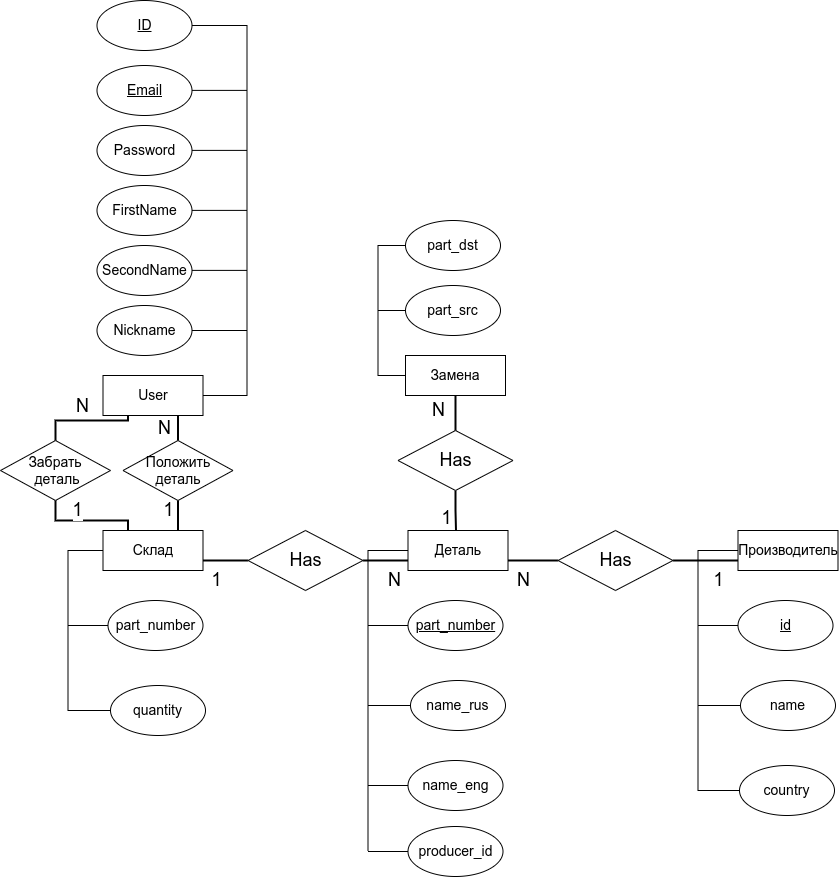
The draw.io diagram doc/report/inc/img/er-diagram.png in maxerMU/db-course, before a commit. Source tidied: cells renumbered, new cells last; positions are measured from the earlier drawing's top-left corner, leaving out a move shared by most shapes.
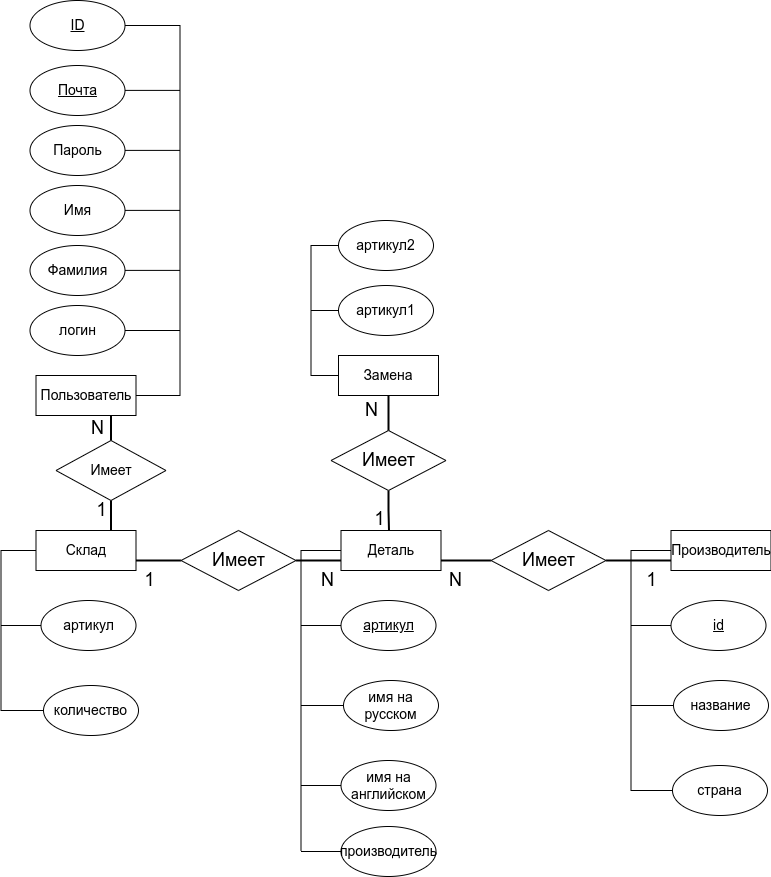
The same diagram one commit later.

What changed in the source:
```diff
@@ -5,16 +5,16 @@
     <mxCell id="2" value="&lt;font style=&quot;font-size: 14px&quot;&gt;Деталь&lt;/font&gt;" style="rounded=0;whiteSpace=wrap;html=1;" parent="1" vertex="1">
       <mxGeometry x="407.5" y="530" width="100" height="40" as="geometry" />
     </mxCell>
-    <mxCell id="3" value="&lt;u&gt;&lt;font style=&quot;font-size: 14px&quot;&gt;part_number&lt;/font&gt;&lt;/u&gt;" style="ellipse;whiteSpace=wrap;html=1;" parent="1" vertex="1">
+    <mxCell id="3" value="&lt;u&gt;&lt;font style=&quot;font-size: 14px&quot;&gt;артикул&lt;/font&gt;&lt;/u&gt;" style="ellipse;whiteSpace=wrap;html=1;" parent="1" vertex="1">
       <mxGeometry x="407.5" y="600" width="95" height="50" as="geometry" />
     </mxCell>
-    <mxCell id="4" value="&lt;font style=&quot;font-size: 14px&quot;&gt;name_rus&lt;/font&gt;" style="ellipse;whiteSpace=wrap;html=1;" parent="1" vertex="1">
+    <mxCell id="4" value="&lt;font style=&quot;font-size: 14px&quot;&gt;имя на русском&lt;/font&gt;" style="ellipse;whiteSpace=wrap;html=1;" parent="1" vertex="1">
       <mxGeometry x="410" y="680" width="95" height="50" as="geometry" />
     </mxCell>
-    <mxCell id="5" value="&lt;font style=&quot;font-size: 14px&quot;&gt;name_eng&lt;/font&gt;" style="ellipse;whiteSpace=wrap;html=1;" parent="1" vertex="1">
+    <mxCell id="5" value="&lt;font style=&quot;font-size: 14px&quot;&gt;имя на английском&lt;/font&gt;" style="ellipse;whiteSpace=wrap;html=1;" parent="1" vertex="1">
       <mxGeometry x="407.5" y="760" width="95" height="50" as="geometry" />
     </mxCell>
-    <mxCell id="6" value="&lt;font style=&quot;font-size: 14px&quot;&gt;producer_id&lt;/font&gt;" style="ellipse;whiteSpace=wrap;html=1;" parent="1" vertex="1">
+    <mxCell id="6" value="&lt;font style=&quot;font-size: 14px&quot;&gt;производитель&lt;/font&gt;" style="ellipse;whiteSpace=wrap;html=1;" parent="1" vertex="1">
       <mxGeometry x="407.5" y="826" width="95" height="50" as="geometry" />
     </mxCell>
     <mxCell id="7" style="endArrow=none;html=1;rounded=0;fontSize=14;entryX=0;entryY=0.5;entryDx=0;entryDy=0;" parent="1" edge="1" target="2">
@@ -54,10 +54,10 @@
     <mxCell id="14" value="&lt;span style=&quot;font-size: 14px&quot;&gt;&lt;u&gt;id&lt;/u&gt;&lt;/span&gt;" style="ellipse;whiteSpace=wrap;html=1;" parent="1" vertex="1">
       <mxGeometry x="737.5" y="600" width="95" height="50" as="geometry" />
     </mxCell>
-    <mxCell id="15" value="&lt;font style=&quot;font-size: 14px&quot;&gt;name&lt;/font&gt;" style="ellipse;whiteSpace=wrap;html=1;" parent="1" vertex="1">
+    <mxCell id="15" value="&lt;font style=&quot;font-size: 14px&quot;&gt;название&lt;/font&gt;" style="ellipse;whiteSpace=wrap;html=1;" parent="1" vertex="1">
       <mxGeometry x="740" y="680" width="95" height="50" as="geometry" />
     </mxCell>
-    <mxCell id="16" value="&lt;font style=&quot;font-size: 14px&quot;&gt;country&lt;/font&gt;" style="ellipse;whiteSpace=wrap;html=1;" parent="1" vertex="1">
+    <mxCell id="16" value="&lt;font style=&quot;font-size: 14px&quot;&gt;страна&lt;/font&gt;" style="ellipse;whiteSpace=wrap;html=1;" parent="1" vertex="1">
       <mxGeometry x="739" y="765" width="95" height="50" as="geometry" />
     </mxCell>
     <mxCell id="17" style="endArrow=none;html=1;rounded=0;fontSize=14;entryX=0;entryY=0.5;entryDx=0;entryDy=0;" parent="1" edge="1" target="13">
@@ -92,16 +92,16 @@
     <mxCell id="23" value="&lt;font style=&quot;font-size: 18px&quot;&gt;N&lt;/font&gt;" style="edgeStyle=orthogonalEdgeStyle;rounded=0;jettySize=auto;html=1;entryX=1;entryY=0.75;entryDx=0;entryDy=0;endArrow=none;endFill=0;strokeWidth=2;exitX=0;exitY=0.5;exitDx=0;exitDy=0;" parent="1" edge="1" source="24" target="2">
       <mxGeometry x="0.43" y="20" relative="1" as="geometry" />
     </mxCell>
-    <mxCell id="24" value="&lt;span style=&quot;font-size: 18px&quot;&gt;Has&lt;/span&gt;" style="rhombus;whiteSpace=wrap;html=1;" parent="1" vertex="1">
+    <mxCell id="24" value="&lt;span style=&quot;font-size: 18px&quot;&gt;Имеет&lt;/span&gt;" style="rhombus;whiteSpace=wrap;html=1;" parent="1" vertex="1">
       <mxGeometry x="557.5" y="530" width="115" height="60" as="geometry" />
     </mxCell>
     <mxCell id="25" value="&lt;span style=&quot;font-size: 14px&quot;&gt;Замена&lt;/span&gt;" style="rounded=0;whiteSpace=wrap;html=1;" parent="1" vertex="1">
       <mxGeometry x="405" y="355" width="100" height="40" as="geometry" />
     </mxCell>
-    <mxCell id="26" value="&lt;span style=&quot;font-size: 14px&quot;&gt;part_src&lt;/span&gt;" style="ellipse;whiteSpace=wrap;html=1;" parent="1" vertex="1">
+    <mxCell id="26" value="&lt;span style=&quot;font-size: 14px&quot;&gt;артикул1&lt;/span&gt;" style="ellipse;whiteSpace=wrap;html=1;" parent="1" vertex="1">
       <mxGeometry x="405" y="285" width="95" height="50" as="geometry" />
     </mxCell>
-    <mxCell id="27" value="&lt;span style=&quot;font-size: 14px&quot;&gt;part_dst&lt;/span&gt;" style="ellipse;whiteSpace=wrap;html=1;" parent="1" vertex="1">
+    <mxCell id="27" value="&lt;span style=&quot;font-size: 14px&quot;&gt;артикул2&lt;/span&gt;" style="ellipse;whiteSpace=wrap;html=1;" parent="1" vertex="1">
       <mxGeometry x="405" y="220" width="95" height="50" as="geometry" />
     </mxCell>
     <mxCell id="28" style="endArrow=none;html=1;rounded=0;fontSize=14;" parent="1" edge="1">
@@ -130,16 +130,16 @@
         <mxPoint x="1" as="offset" />
       </mxGeometry>
     </mxCell>
-    <mxCell id="33" value="&lt;span style=&quot;font-size: 18px&quot;&gt;Has&lt;/span&gt;" style="rhombus;whiteSpace=wrap;html=1;" parent="1" vertex="1">
+    <mxCell id="33" value="&lt;span style=&quot;font-size: 18px&quot;&gt;Имеет&lt;/span&gt;" style="rhombus;whiteSpace=wrap;html=1;" parent="1" vertex="1">
       <mxGeometry x="397.5" y="430" width="115" height="60" as="geometry" />
     </mxCell>
     <mxCell id="34" value="&lt;span style=&quot;font-size: 14px&quot;&gt;Склад&lt;/span&gt;" style="rounded=0;whiteSpace=wrap;html=1;" parent="1" vertex="1">
       <mxGeometry x="102.5" y="530" width="100" height="40" as="geometry" />
     </mxCell>
-    <mxCell id="35" value="&lt;span style=&quot;font-size: 14px&quot;&gt;part_number&lt;/span&gt;" style="ellipse;whiteSpace=wrap;html=1;" parent="1" vertex="1">
+    <mxCell id="35" value="&lt;span style=&quot;font-size: 14px&quot;&gt;артикул&lt;/span&gt;" style="ellipse;whiteSpace=wrap;html=1;" parent="1" vertex="1">
       <mxGeometry x="107.5" y="600" width="95" height="50" as="geometry" />
     </mxCell>
-    <mxCell id="36" value="&lt;font style=&quot;font-size: 14px&quot;&gt;quantity&lt;/font&gt;" style="ellipse;whiteSpace=wrap;html=1;" parent="1" vertex="1">
+    <mxCell id="36" value="&lt;font style=&quot;font-size: 14px&quot;&gt;количество&lt;/font&gt;" style="ellipse;whiteSpace=wrap;html=1;" parent="1" vertex="1">
       <mxGeometry x="110" y="685" width="95" height="50" as="geometry" />
     </mxCell>
     <mxCell id="37" style="endArrow=none;html=1;rounded=0;fontSize=14;entryX=0;entryY=0.5;entryDx=0;entryDy=0;" parent="1" edge="1" target="34">
@@ -169,28 +169,28 @@
     <mxCell id="42" value="&lt;font style=&quot;font-size: 18px&quot;&gt;1&lt;/font&gt;" style="edgeStyle=orthogonalEdgeStyle;rounded=0;jettySize=auto;html=1;entryX=1;entryY=0.75;entryDx=0;entryDy=0;endArrow=none;endFill=0;strokeWidth=2;exitX=0;exitY=0.5;exitDx=0;exitDy=0;" parent="1" edge="1" source="43" target="34">
       <mxGeometry x="0.43" y="20" relative="1" as="geometry" />
     </mxCell>
-    <mxCell id="43" value="&lt;span style=&quot;font-size: 18px&quot;&gt;Has&lt;/span&gt;" style="rhombus;whiteSpace=wrap;html=1;" parent="1" vertex="1">
+    <mxCell id="43" value="&lt;span style=&quot;font-size: 18px;&quot;&gt;Имеет&lt;/span&gt;" style="rhombus;whiteSpace=wrap;html=1;" parent="1" vertex="1">
       <mxGeometry x="247.5" y="530" width="115" height="60" as="geometry" />
     </mxCell>
-    <mxCell id="44" value="&lt;font style=&quot;font-size: 14px&quot;&gt;User&lt;/font&gt;" style="rounded=0;whiteSpace=wrap;html=1;" parent="1" vertex="1">
+    <mxCell id="44" value="&lt;font style=&quot;font-size: 14px&quot;&gt;Пользователь&lt;/font&gt;" style="rounded=0;whiteSpace=wrap;html=1;" parent="1" vertex="1">
       <mxGeometry x="102.5" y="375" width="100" height="40" as="geometry" />
     </mxCell>
     <mxCell id="45" value="&lt;u&gt;&lt;font style=&quot;font-size: 14px&quot;&gt;ID&lt;/font&gt;&lt;/u&gt;" style="ellipse;whiteSpace=wrap;html=1;" parent="1" vertex="1">
       <mxGeometry x="96.5" width="95" height="50" as="geometry" />
     </mxCell>
-    <mxCell id="46" value="&lt;u&gt;&lt;font style=&quot;font-size: 14px&quot;&gt;Email&lt;/font&gt;&lt;/u&gt;" style="ellipse;whiteSpace=wrap;html=1;" parent="1" vertex="1">
+    <mxCell id="46" value="&lt;u&gt;&lt;font style=&quot;font-size: 14px&quot;&gt;Почта&lt;/font&gt;&lt;/u&gt;" style="ellipse;whiteSpace=wrap;html=1;" parent="1" vertex="1">
       <mxGeometry x="96.5" y="65" width="95" height="50" as="geometry" />
     </mxCell>
-    <mxCell id="47" value="&lt;font style=&quot;font-size: 14px&quot;&gt;Password&lt;/font&gt;" style="ellipse;whiteSpace=wrap;html=1;" parent="1" vertex="1">
+    <mxCell id="47" value="&lt;font style=&quot;font-size: 14px&quot;&gt;Пароль&lt;/font&gt;" style="ellipse;whiteSpace=wrap;html=1;" parent="1" vertex="1">
       <mxGeometry x="96.5" y="125" width="95" height="50" as="geometry" />
     </mxCell>
-    <mxCell id="48" value="&lt;font style=&quot;font-size: 14px&quot;&gt;FirstName&lt;/font&gt;" style="ellipse;whiteSpace=wrap;html=1;" parent="1" vertex="1">
+    <mxCell id="48" value="&lt;font style=&quot;font-size: 14px&quot;&gt;Имя&lt;/font&gt;" style="ellipse;whiteSpace=wrap;html=1;" parent="1" vertex="1">
       <mxGeometry x="96.5" y="185" width="95" height="50" as="geometry" />
     </mxCell>
-    <mxCell id="49" value="&lt;font style=&quot;font-size: 14px&quot;&gt;SecondName&lt;/font&gt;" style="ellipse;whiteSpace=wrap;html=1;" parent="1" vertex="1">
+    <mxCell id="49" value="&lt;font style=&quot;font-size: 14px&quot;&gt;Фамилия&lt;/font&gt;" style="ellipse;whiteSpace=wrap;html=1;" parent="1" vertex="1">
       <mxGeometry x="96.5" y="245" width="95" height="50" as="geometry" />
     </mxCell>
-    <mxCell id="50" value="&lt;font style=&quot;font-size: 14px&quot;&gt;Nickname&lt;/font&gt;" style="ellipse;whiteSpace=wrap;html=1;" parent="1" vertex="1">
+    <mxCell id="50" value="&lt;font style=&quot;font-size: 14px&quot;&gt;логин&lt;/font&gt;" style="ellipse;whiteSpace=wrap;html=1;" parent="1" vertex="1">
       <mxGeometry x="96.5" y="305" width="95" height="50" as="geometry" />
     </mxCell>
     <mxCell id="51" style="endArrow=none;html=1;rounded=0;fontSize=14;exitX=1;exitY=0.5;exitDx=0;exitDy=0;" parent="1" edge="1" source="44">
@@ -245,18 +245,9 @@
     <mxCell id="60" value="&lt;font style=&quot;font-size: 18px&quot;&gt;N&lt;/font&gt;" style="edgeStyle=orthogonalEdgeStyle;rounded=0;jettySize=auto;html=1;entryX=0.75;entryY=1;entryDx=0;entryDy=0;endArrow=none;endFill=0;strokeWidth=2;exitX=0.5;exitY=0;exitDx=0;exitDy=0;" parent="1" edge="1" source="61" target="44">
       <mxGeometry x="-0.05" y="14" relative="1" as="geometry" />
     </mxCell>
-    <mxCell id="61" value="&lt;font style=&quot;font-size: 14px&quot;&gt;Положить деталь&lt;/font&gt;" style="rhombus;whiteSpace=wrap;html=1;" parent="1" vertex="1">
+    <mxCell id="61" value="&lt;font style=&quot;font-size: 14px&quot;&gt;Имеет&lt;/font&gt;" style="rhombus;whiteSpace=wrap;html=1;" parent="1" vertex="1">
       <mxGeometry x="122.5" y="440" width="110" height="60" as="geometry" />
     </mxCell>
-    <mxCell id="62" value="&lt;font style=&quot;font-size: 18px&quot;&gt;1&lt;/font&gt;" style="edgeStyle=orthogonalEdgeStyle;rounded=0;jettySize=auto;html=1;endArrow=none;endFill=0;strokeWidth=2;exitX=0.5;exitY=1;exitDx=0;exitDy=0;entryX=0.25;entryY=0;entryDx=0;entryDy=0;" parent="1" edge="1" source="64" target="34">
-      <mxGeometry x="-0.17" y="10" relative="1" as="geometry" />
-    </mxCell>
-    <mxCell id="63" value="&lt;font style=&quot;font-size: 18px&quot;&gt;N&lt;/font&gt;" style="edgeStyle=orthogonalEdgeStyle;rounded=0;jettySize=auto;html=1;entryX=0.25;entryY=1;entryDx=0;entryDy=0;endArrow=none;endFill=0;strokeWidth=2;exitX=0.5;exitY=0;exitDx=0;exitDy=0;" parent="1" edge="1" source="64" target="44">
-      <mxGeometry x="-0.05" y="14" relative="1" as="geometry" />
-    </mxCell>
-    <mxCell id="64" value="&lt;font style=&quot;font-size: 14px&quot;&gt;Забрать&lt;br&gt;&amp;nbsp;деталь&lt;/font&gt;" style="rhombus;whiteSpace=wrap;html=1;" parent="1" vertex="1">
-      <mxGeometry y="440" width="110" height="60" as="geometry" />
-    </mxCell>
     <mxCell id="65" style="endArrow=none;html=1;rounded=0;fontSize=14;entryX=0;entryY=0.5;entryDx=0;entryDy=0;" parent="1" edge="1" target="25">
       <mxGeometry relative="1" as="geometry">
         <mxPoint x="377.5" y="375" as="sourcePoint" />
```
